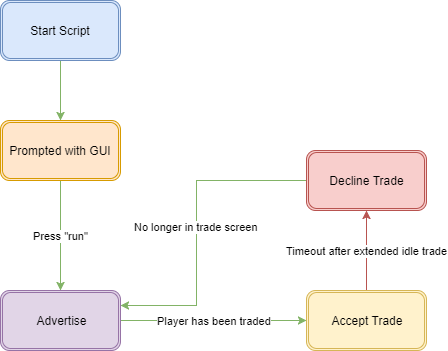
Before: DDicerFlow.png, a diagram exported from draw.io (David-Rodden/DDicer). Source tidied: cells renumbered, new cells last; positions are measured from the earlier drawing's top-left corner, leaving out a move shared by most shapes.
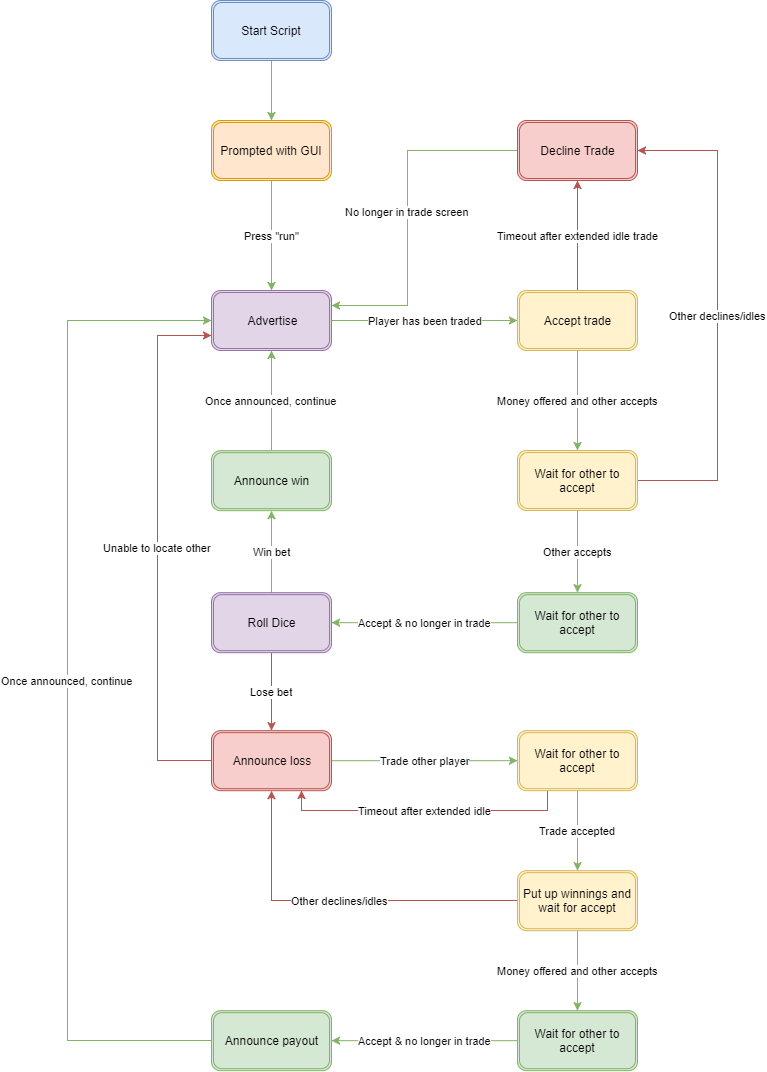
Later version of the same file.

Commit message:
Completion of flowchart

The edit, as a diff of the source:
```diff
@@ -23,19 +23,106 @@
     <mxCell id="8" value="Timeout after extended idle trade" style="edgeStyle=orthogonalEdgeStyle;rounded=0;html=1;jettySize=auto;fillColor=#f8cecc;strokeColor=#b85450;" parent="1" edge="1" source="9" target="11">
       <mxGeometry relative="1" as="geometry" />
     </mxCell>
+    <mxCell id="12" value="Money offered and other accepts" style="edgeStyle=orthogonalEdgeStyle;rounded=0;html=1;jettySize=auto;fillColor=#d5e8d4;strokeColor=#82b366;" parent="1" edge="1" source="9" target="15">
+      <mxGeometry relative="1" as="geometry" />
+    </mxCell>
-    <mxCell id="9" value="Accept Trade" style="shape=ext;double=1;rounded=1;whiteSpace=wrap;html=1;fillColor=#fff2cc;strokeColor=#d6b656;" parent="1" vertex="1">
+    <mxCell id="9" value="Accept trade" style="shape=ext;double=1;rounded=1;whiteSpace=wrap;html=1;fillColor=#fff2cc;strokeColor=#d6b656;" parent="1" vertex="1">
       <mxGeometry x="306" y="290" width="120" height="60" as="geometry" />
     </mxCell>
-    <mxCell id="10" value="No longer in trade screen" style="edgeStyle=orthogonalEdgeStyle;rounded=0;html=1;entryX=1;entryY=0.25;jettySize=auto;fillColor=#d5e8d4;strokeColor=#82b366;" parent="1" edge="1" source="11" target="7">
+    <mxCell id="10" value="No longer in trade screen" style="edgeStyle=orthogonalEdgeStyle;rounded=0;html=1;entryX=1;entryY=0.25;jettySize=auto;fillColor=#d5e8d4;strokeColor=#82b366;exitX=0;exitY=0.5;" parent="1" edge="1" source="11" target="7">
       <mxGeometry relative="1" as="geometry">
         <Array as="points">
-          <mxPoint x="196" y="180" />
+          <mxPoint x="196" y="150" />
           <mxPoint x="196" y="305" />
         </Array>
       </mxGeometry>
     </mxCell>
     <mxCell id="11" value="Decline Trade" style="shape=ext;double=1;rounded=1;whiteSpace=wrap;html=1;fillColor=#f8cecc;strokeColor=#b85450;" parent="1" vertex="1">
-      <mxGeometry x="306" y="150" width="120" height="60" as="geometry" />
+      <mxGeometry x="306" y="120" width="120" height="60" as="geometry" />
     </mxCell>
+    <mxCell id="13" value="Other accepts" style="edgeStyle=orthogonalEdgeStyle;rounded=0;html=1;jettySize=auto;fillColor=#d5e8d4;strokeColor=#82b366;" parent="1" edge="1" source="15" target="17">
+      <mxGeometry relative="1" as="geometry" />
+    </mxCell>
+    <mxCell id="14" value="Other declines/idles" style="edgeStyle=orthogonalEdgeStyle;rounded=0;html=1;jettySize=auto;entryX=1;entryY=0.5;fillColor=#f8cecc;strokeColor=#b85450;exitX=1;exitY=0.5;" parent="1" edge="1" source="15" target="11">
+      <mxGeometry relative="1" as="geometry">
+        <Array as="points">
+          <mxPoint x="506" y="480" />
+          <mxPoint x="506" y="150" />
+        </Array>
+      </mxGeometry>
+    </mxCell>
+    <mxCell id="15" value="Wait for other to accept" style="shape=ext;double=1;rounded=1;whiteSpace=wrap;html=1;fillColor=#fff2cc;strokeColor=#d6b656;" parent="1" vertex="1">
+      <mxGeometry x="306" y="450" width="120" height="60" as="geometry" />
+    </mxCell>
+    <mxCell id="16" value="Accept &amp;amp; no longer in trade" style="edgeStyle=orthogonalEdgeStyle;rounded=0;html=1;jettySize=auto;fillColor=#d5e8d4;strokeColor=#82b366;" parent="1" edge="1" source="17" target="20">
+      <mxGeometry relative="1" as="geometry" />
+    </mxCell>
+    <mxCell id="17" value="Wait for other to accept" style="shape=ext;double=1;rounded=1;whiteSpace=wrap;html=1;fillColor=#d5e8d4;strokeColor=#82b366;" parent="1" vertex="1">
+      <mxGeometry x="306" y="592.2" width="120" height="60" as="geometry" />
+    </mxCell>
+    <mxCell id="18" value="Lose bet" style="edgeStyle=orthogonalEdgeStyle;rounded=0;html=1;jettySize=auto;fillColor=#f8cecc;strokeColor=#b85450;" parent="1" edge="1" source="20" target="23">
+      <mxGeometry relative="1" as="geometry" />
+    </mxCell>
+    <mxCell id="19" value="Win bet" style="edgeStyle=orthogonalEdgeStyle;rounded=0;html=1;jettySize=auto;fillColor=#d5e8d4;strokeColor=#82b366;" parent="1" edge="1" source="20" target="25">
+      <mxGeometry relative="1" as="geometry" />
+    </mxCell>
+    <mxCell id="20" value="Roll Dice" style="shape=ext;double=1;rounded=1;whiteSpace=wrap;html=1;fillColor=#e1d5e7;strokeColor=#9673a6;" parent="1" vertex="1">
+      <mxGeometry y="592.2" width="120" height="60" as="geometry" />
+    </mxCell>
+    <mxCell id="21" value="Trade other player" style="edgeStyle=orthogonalEdgeStyle;rounded=0;html=1;jettySize=auto;fillColor=#d5e8d4;strokeColor=#82b366;" parent="1" edge="1" source="23" target="28">
+      <mxGeometry relative="1" as="geometry" />
+    </mxCell>
+    <mxCell id="22" value="Unable to locate other" style="edgeStyle=orthogonalEdgeStyle;rounded=0;html=1;entryX=0;entryY=0.75;jettySize=auto;fillColor=#f8cecc;strokeColor=#b85450;" parent="1" edge="1" source="23" target="7">
+      <mxGeometry relative="1" as="geometry">
+        <Array as="points">
+          <mxPoint x="-54" y="760" />
+          <mxPoint x="-54" y="335" />
+        </Array>
+      </mxGeometry>
+    </mxCell>
+    <mxCell id="23" value="Announce loss" style="shape=ext;double=1;rounded=1;whiteSpace=wrap;html=1;fillColor=#f8cecc;strokeColor=#b85450;" parent="1" vertex="1">
+      <mxGeometry y="730.2" width="120" height="60" as="geometry" />
+    </mxCell>
+    <mxCell id="24" value="Once announced, continue" style="edgeStyle=orthogonalEdgeStyle;rounded=0;html=1;entryX=0.5;entryY=1;jettySize=auto;fillColor=#d5e8d4;strokeColor=#82b366;" parent="1" edge="1" source="25" target="7">
+      <mxGeometry relative="1" as="geometry" />
+    </mxCell>
+    <mxCell id="25" value="Announce win" style="shape=ext;double=1;rounded=1;whiteSpace=wrap;html=1;fillColor=#d5e8d4;strokeColor=#82b366;" parent="1" vertex="1">
+      <mxGeometry y="450.2" width="120" height="60" as="geometry" />
+    </mxCell>
+    <mxCell id="26" value="Trade accepted" style="edgeStyle=orthogonalEdgeStyle;rounded=0;html=1;jettySize=auto;fillColor=#d5e8d4;strokeColor=#82b366;" parent="1" edge="1" source="28" target="31">
+      <mxGeometry relative="1" as="geometry" />
+    </mxCell>
+    <mxCell id="27" value="Timeout after extended idle" style="edgeStyle=orthogonalEdgeStyle;rounded=0;html=1;exitX=0.25;exitY=1;entryX=0.75;entryY=1;jettySize=auto;fillColor=#f8cecc;strokeColor=#b85450;" parent="1" edge="1" source="28" target="23">
+      <mxGeometry relative="1" as="geometry" />
+    </mxCell>
+    <mxCell id="28" value="Wait for other to accept" style="shape=ext;double=1;rounded=1;whiteSpace=wrap;html=1;fillColor=#fff2cc;strokeColor=#d6b656;" parent="1" vertex="1">
+      <mxGeometry x="306" y="730.2" width="120" height="60" as="geometry" />
+    </mxCell>
+    <mxCell id="29" value="Money offered and other accepts" style="edgeStyle=orthogonalEdgeStyle;rounded=0;html=1;jettySize=auto;fillColor=#d5e8d4;strokeColor=#82b366;" parent="1" edge="1" source="31" target="33">
+      <mxGeometry relative="1" as="geometry" />
+    </mxCell>
+    <mxCell id="30" value="Other declines/idles" style="edgeStyle=orthogonalEdgeStyle;rounded=0;html=1;jettySize=auto;fillColor=#f8cecc;strokeColor=#b85450;" parent="1" edge="1" source="31" target="23">
+      <mxGeometry relative="1" as="geometry" />
+    </mxCell>
+    <mxCell id="31" value="Put up winnings and wait for accept" style="shape=ext;double=1;rounded=1;whiteSpace=wrap;html=1;fillColor=#fff2cc;strokeColor=#d6b656;" parent="1" vertex="1">
+      <mxGeometry x="306" y="870.2" width="120" height="60" as="geometry" />
+    </mxCell>
+    <mxCell id="32" value="Accept &amp;amp; no longer in trade" style="edgeStyle=orthogonalEdgeStyle;rounded=0;html=1;jettySize=auto;fillColor=#d5e8d4;strokeColor=#82b366;" parent="1" edge="1" source="33" target="35">
+      <mxGeometry relative="1" as="geometry" />
+    </mxCell>
+    <mxCell id="33" value="Wait for other to accept" style="shape=ext;double=1;rounded=1;whiteSpace=wrap;html=1;fillColor=#d5e8d4;strokeColor=#82b366;" parent="1" vertex="1">
+      <mxGeometry x="306" y="1010.2" width="120" height="60" as="geometry" />
+    </mxCell>
+    <mxCell id="34" value="Once announced, continue" style="edgeStyle=orthogonalEdgeStyle;rounded=0;html=1;entryX=0;entryY=0.5;jettySize=auto;fillColor=#d5e8d4;strokeColor=#82b366;" parent="1" edge="1" source="35" target="7">
+      <mxGeometry relative="1" as="geometry">
+        <Array as="points">
+          <mxPoint x="-144" y="1040" />
+          <mxPoint x="-144" y="320" />
+        </Array>
+      </mxGeometry>
+    </mxCell>
+    <mxCell id="35" value="Announce payout" style="shape=ext;double=1;rounded=1;whiteSpace=wrap;html=1;fillColor=#d5e8d4;strokeColor=#82b366;" parent="1" vertex="1">
+      <mxGeometry y="1010.2" width="120" height="60" as="geometry" />
+    </mxCell>
   </root>
 </mxGraphModel>
```
